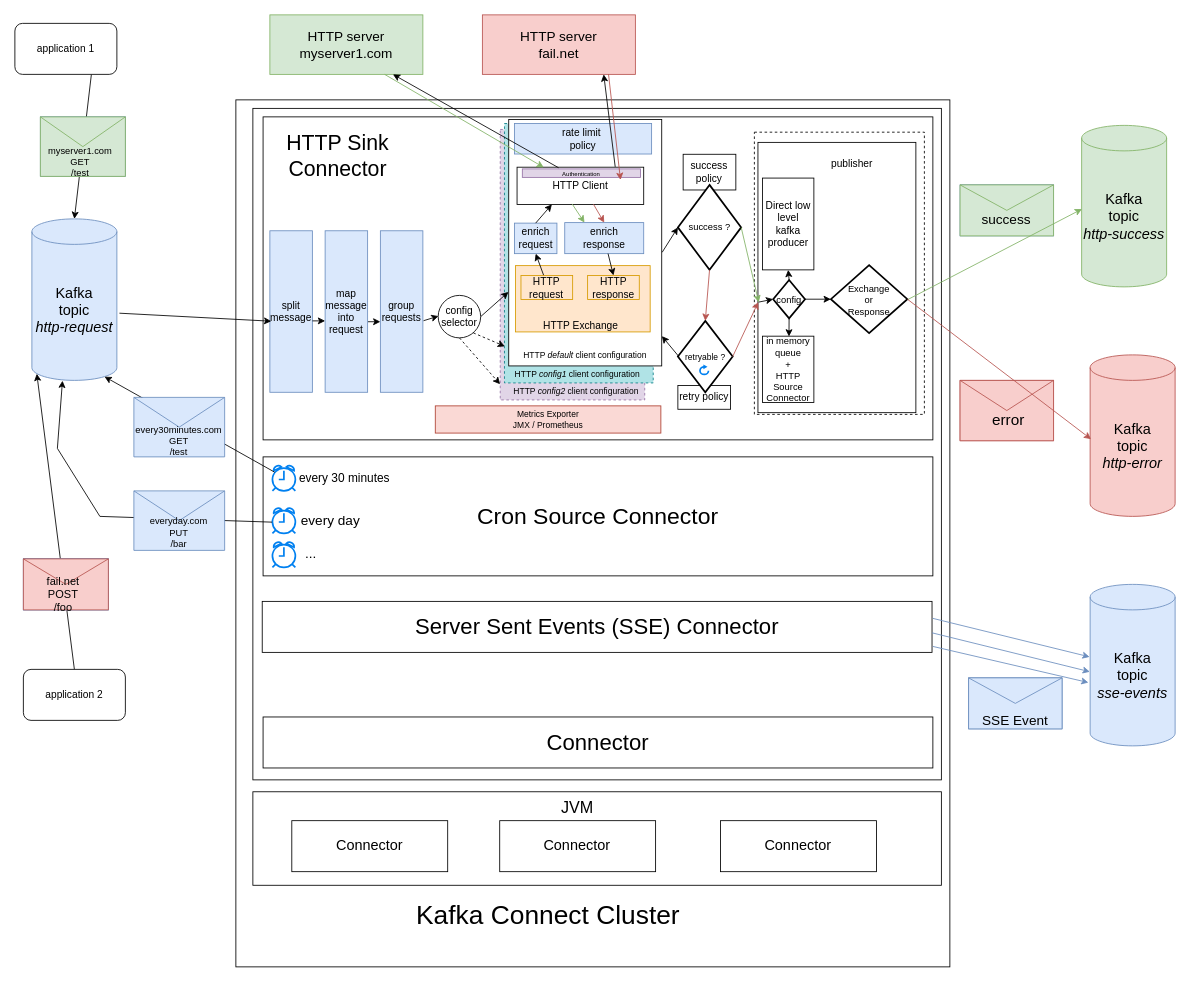
clescot/kafka-connect-http keeps this draw.io diagram as docs/images/architecture_options_2.drawio. Above is the earlier version. Source tidied: cells renumbered, new cells numbered last; positions are measured from the earlier drawing's top-left corner, leaving out a move shared by most shapes. Both pictures are drawn from the tidied source at 85%, with x=0, y=0 at pixel (14, 14).
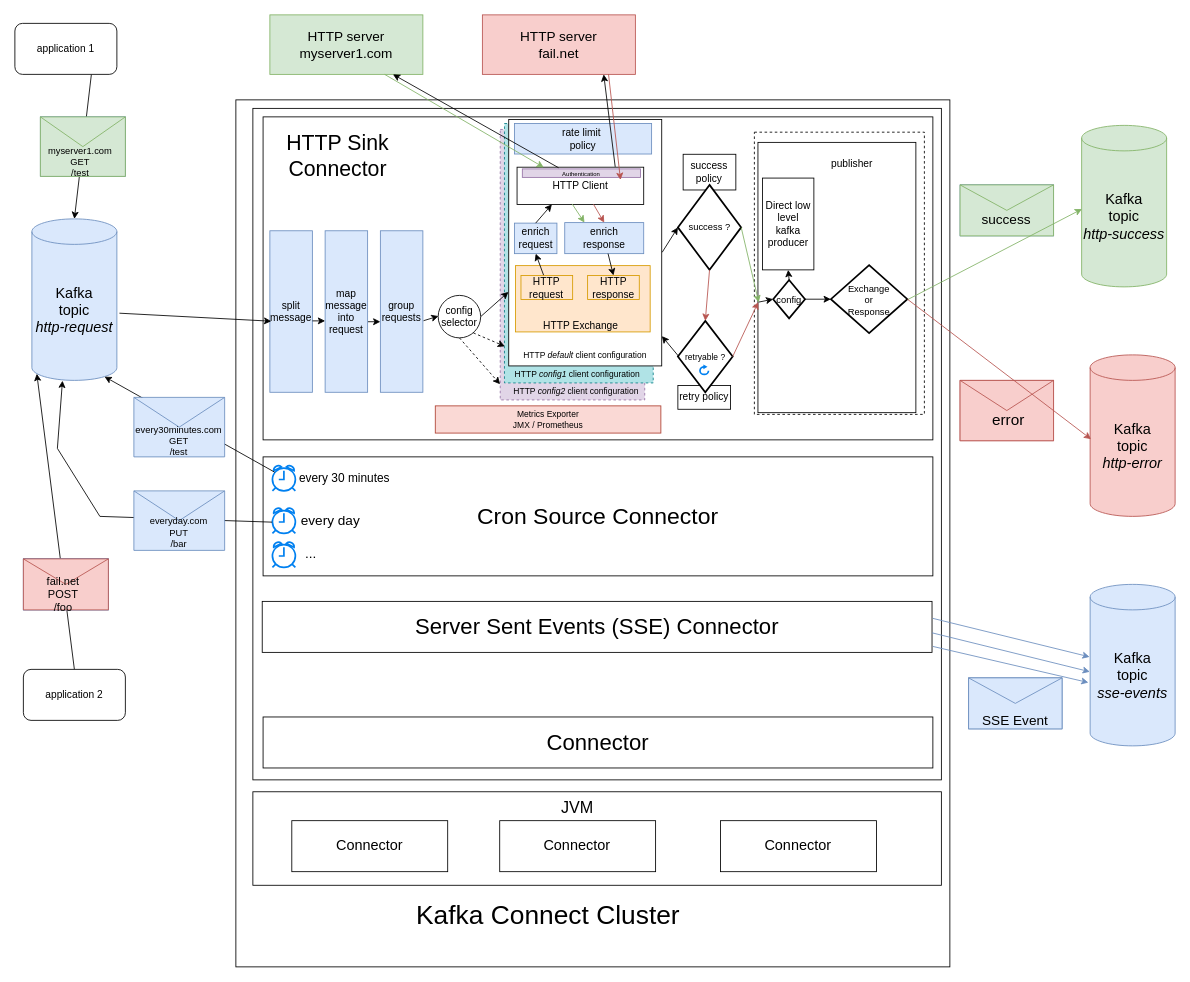
The same diagram, later.

The change refers to these unchanged cells:
```xml
<mxCell id="64" style="group;" parent="1" vertex="1">
  <mxGeometry x="860" y="138" width="210" height="352" as="geometry" />
</mxCell>
<mxCell id="70" value="&lt;font style=&quot;font-size: 11px;&quot;&gt;config&lt;/font&gt;" style="strokeWidth=2;html=1;shape=mxgraph.flowchart.decision;whiteSpace=wrap;" parent="64" vertex="1">
  <mxGeometry x="32.1" y="174" width="37.5" height="45" as="geometry" />
</mxCell>
```

What changed in the source:
```diff
@@
-    <mxCell id="68" value="&lt;font style=&quot;font-size: 11px;&quot;&gt;in memory queue&lt;/font&gt;&lt;div style=&quot;font-size: 11px;&quot;&gt;&lt;font style=&quot;font-size: 11px;&quot;&gt;+&lt;/font&gt;&lt;/div&gt;&lt;div style=&quot;font-size: 11px;&quot;&gt;&lt;font style=&quot;font-size: 11px;&quot;&gt;HTTP&lt;/font&gt;&lt;/div&gt;&lt;div style=&quot;font-size: 11px;&quot;&gt;&lt;font style=&quot;font-size: 11px;&quot;&gt;Source Connector&lt;/font&gt;&lt;/div&gt;" style="rounded=0;whiteSpace=wrap;html=1;" parent="64" vertex="1">
-      <mxGeometry x="19.6" y="240" width="60.4" height="78" as="geometry" />
-    </mxCell>
@@
-    <mxCell id="72" style="endArrow=classic;html=1;rounded=0;fillColor=#d5e8d4;strokeColor=#000000;entryX=0.515;entryY=0.005;entryDx=0;entryDy=0;entryPerimeter=0;exitX=0.5;exitY=1;exitDx=0;exitDy=0;exitPerimeter=0;" parent="64" edge="1" source="70" target="68">
-      <mxGeometry relative="1" as="geometry" />
-    </mxCell>
```
